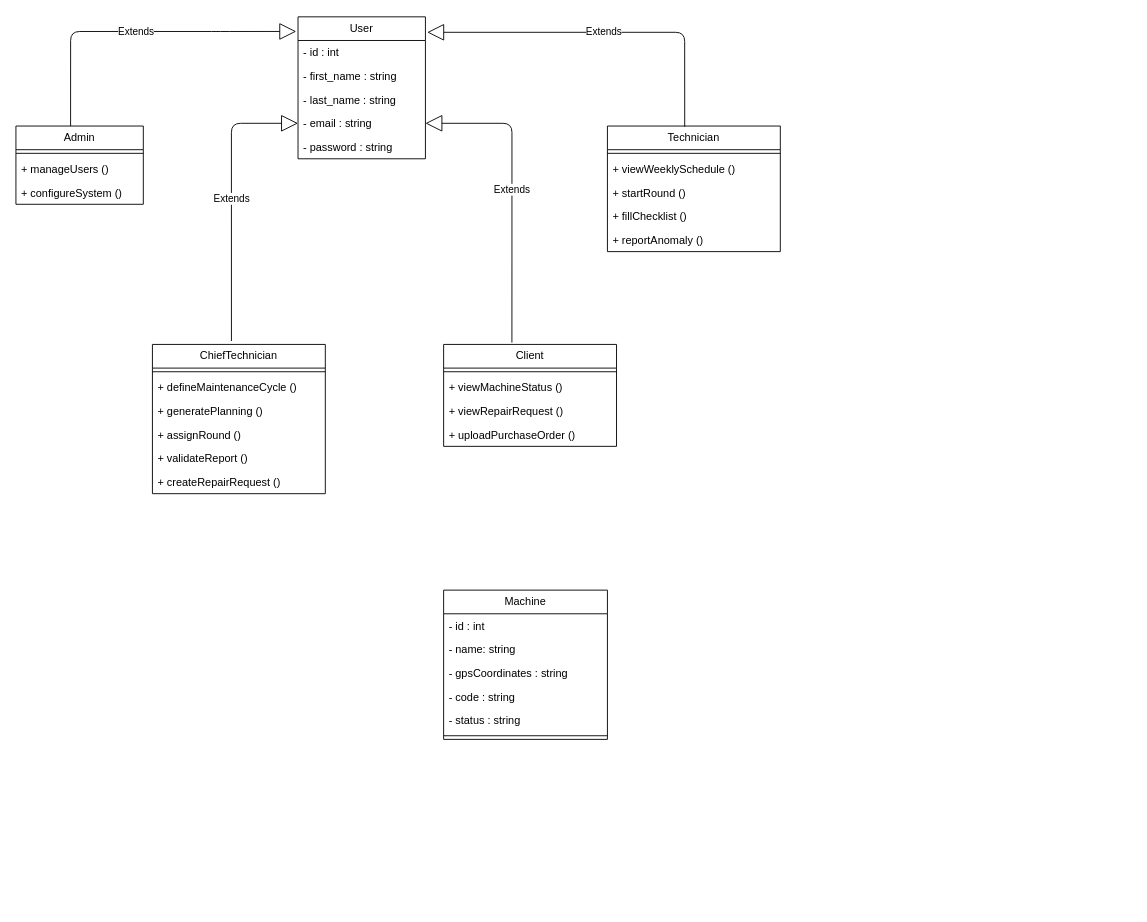
reda-guemry/MAINTORA keeps this draw.io diagram as UML/diagrameduclass.drawio. Above is the earlier version. Source tidied: cells renumbered, new cells numbered last; positions are measured from the earlier drawing's top-left corner, leaving out a move shared by most shapes. Both pictures are drawn from the tidied source at 91%, with x=0, y=0 at pixel (15, 16).
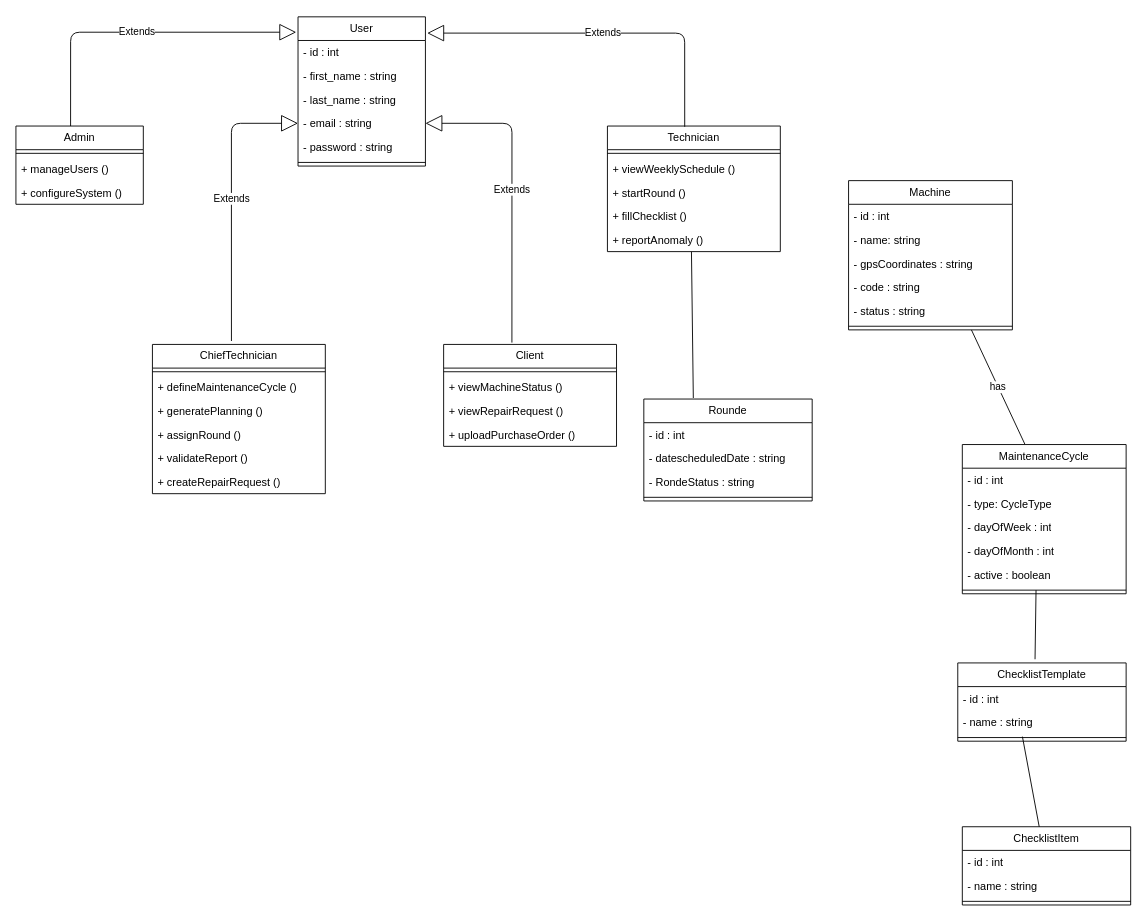
The same page after the edit.

Commit message:
add the classes of machin

The change refers to these unchanged cells:
```xml
<mxCell id="26" value="+&amp;nbsp;reportAnomaly ()" style="text;strokeColor=none;fillColor=none;align=left;verticalAlign=top;spacingLeft=4;spacingRight=4;overflow=hidden;points=[[0,0.5],[1,0.5]];portConstraint=eastwest;whiteSpace=wrap;html=1;" parent="21" vertex="1">
  <mxGeometry y="112" width="190" height="26" as="geometry" />
</mxCell>
```

The edit, as a diff of the source:
```diff
@@
     <mxCell id="2" value="User" style="swimlane;fontStyle=0;horizontal=1;startSize=26;fillColor=none;whiteSpace=wrap;html=1;" parent="1" vertex="1">
-      <mxGeometry x="310" width="140" height="156" as="geometry" />
+      <mxGeometry x="310" width="140" height="164" as="geometry" />
     </mxCell>
@@
+    <mxCell id="41" style="line;strokeWidth=1;fillColor=none;align=left;verticalAlign=middle;spacingTop=-1;spacingLeft=3;spacingRight=3;labelPosition=right;strokeColor=inherit;" parent="2" vertex="1">
+      <mxGeometry y="156" width="140" height="8" as="geometry" />
+    </mxCell>
@@
     <mxCell id="34" value="Machine" style="swimlane;fontStyle=0;horizontal=1;startSize=26;fillColor=none;whiteSpace=wrap;html=1;" parent="1" vertex="1">
-      <mxGeometry x="470" y="630" width="180" height="164" as="geometry" />
+      <mxGeometry x="915" y="180" width="180" height="164" as="geometry" />
     </mxCell>
@@
+    <mxCell id="42" value="Rounde" style="swimlane;fontStyle=0;horizontal=1;startSize=26;fillColor=none;whiteSpace=wrap;html=1;" parent="1" vertex="1">
+      <mxGeometry x="690" y="420" width="185" height="112" as="geometry" />
+    </mxCell>
+    <mxCell id="43" value="- id : int&amp;nbsp;" style="text;strokeColor=none;fillColor=none;align=left;verticalAlign=top;spacingLeft=4;spacingRight=4;overflow=hidden;whiteSpace=wrap;html=1;" parent="42" vertex="1">
+      <mxGeometry y="26" width="185" height="26" as="geometry" />
+    </mxCell>
+    <mxCell id="44" value="- datescheduledDate : string" style="text;strokeColor=none;fillColor=none;align=left;verticalAlign=top;spacingLeft=4;spacingRight=4;overflow=hidden;whiteSpace=wrap;html=1;" parent="42" vertex="1">
+      <mxGeometry y="52" width="185" height="26" as="geometry" />
+    </mxCell>
+    <mxCell id="45" value="- RondeStatus : string" style="text;strokeColor=none;fillColor=none;align=left;verticalAlign=top;spacingLeft=4;spacingRight=4;overflow=hidden;whiteSpace=wrap;html=1;" parent="42" vertex="1">
+      <mxGeometry y="78" width="185" height="26" as="geometry" />
+    </mxCell>
+    <mxCell id="46" style="line;strokeWidth=1;fillColor=none;align=left;verticalAlign=middle;spacingTop=-1;spacingLeft=3;spacingRight=3;labelPosition=right;strokeColor=inherit;" parent="42" vertex="1">
+      <mxGeometry y="104" width="185" height="8" as="geometry" />
+    </mxCell>
+    <mxCell id="47" style="endArrow=none;html=1;entryX=0.294;entryY=-0.01;entryDx=0;entryDy=0;entryPerimeter=0;exitX=0.486;exitY=1.008;exitDx=0;exitDy=0;exitPerimeter=0;" parent="1" edge="1" source="26" target="42">
+      <mxGeometry relative="1" as="geometry" />
+    </mxCell>
+    <mxCell id="48" value="MaintenanceCycle" style="swimlane;fontStyle=0;horizontal=1;startSize=26;fillColor=none;whiteSpace=wrap;html=1;" parent="1" vertex="1">
+      <mxGeometry x="1040" y="470" width="180" height="164" as="geometry" />
+    </mxCell>
+    <mxCell id="49" value="- id : int&amp;nbsp;" style="text;strokeColor=none;fillColor=none;align=left;verticalAlign=top;spacingLeft=4;spacingRight=4;overflow=hidden;whiteSpace=wrap;html=1;" parent="48" vertex="1">
+      <mxGeometry y="26" width="180" height="26" as="geometry" />
+    </mxCell>
+    <mxCell id="50" value="- type: CycleType" style="text;strokeColor=none;fillColor=none;align=left;verticalAlign=top;spacingLeft=4;spacingRight=4;overflow=hidden;whiteSpace=wrap;html=1;" parent="48" vertex="1">
+      <mxGeometry y="52" width="180" height="26" as="geometry" />
+    </mxCell>
+    <mxCell id="51" value="-&amp;nbsp;dayOfWeek : int" style="text;strokeColor=none;fillColor=none;align=left;verticalAlign=top;spacingLeft=4;spacingRight=4;overflow=hidden;whiteSpace=wrap;html=1;" parent="48" vertex="1">
+      <mxGeometry y="78" width="180" height="26" as="geometry" />
+    </mxCell>
+    <mxCell id="52" value="-&amp;nbsp;dayOfMonth : int" style="text;strokeColor=none;fillColor=none;align=left;verticalAlign=top;spacingLeft=4;spacingRight=4;overflow=hidden;whiteSpace=wrap;html=1;" parent="48" vertex="1">
+      <mxGeometry y="104" width="180" height="26" as="geometry" />
+    </mxCell>
+    <mxCell id="53" value="-&amp;nbsp;active : boolean" style="text;strokeColor=none;fillColor=none;align=left;verticalAlign=top;spacingLeft=4;spacingRight=4;overflow=hidden;whiteSpace=wrap;html=1;" parent="48" vertex="1">
+      <mxGeometry y="130" width="180" height="26" as="geometry" />
+    </mxCell>
+    <mxCell id="54" style="line;strokeWidth=1;fillColor=none;align=left;verticalAlign=middle;spacingTop=-1;spacingLeft=3;spacingRight=3;labelPosition=right;points=[];portConstraint=eastwest;strokeColor=inherit;" parent="48" vertex="1">
+      <mxGeometry y="156" width="180" height="8" as="geometry" />
+    </mxCell>
+    <mxCell id="55" value="has" style="endArrow=none;endSize=16;endFill=0;html=1;entryX=0.382;entryY=-0.002;entryDx=0;entryDy=0;entryPerimeter=0;exitX=0.75;exitY=1;exitDx=0;exitDy=0;" parent="1" edge="1" source="34" target="48">
+      <mxGeometry relative="1" as="geometry" />
+    </mxCell>
+    <mxCell id="56" value="&lt;div&gt;ChecklistTemplate&lt;/div&gt;" style="swimlane;fontStyle=0;horizontal=1;startSize=26;fillColor=none;whiteSpace=wrap;html=1;" parent="1" vertex="1">
+      <mxGeometry x="1035" y="710" width="185" height="86" as="geometry" />
+    </mxCell>
+    <mxCell id="57" value="- id : int&amp;nbsp;" style="text;strokeColor=none;fillColor=none;align=left;verticalAlign=top;spacingLeft=4;spacingRight=4;overflow=hidden;whiteSpace=wrap;html=1;" parent="56" vertex="1">
+      <mxGeometry y="26" width="185" height="26" as="geometry" />
+    </mxCell>
+    <mxCell id="58" value="- name : string" style="text;strokeColor=none;fillColor=none;align=left;verticalAlign=top;spacingLeft=4;spacingRight=4;overflow=hidden;points=[[0,0.5],[1,0.5]];portConstraint=eastwest;whiteSpace=wrap;html=1;" parent="56" vertex="1">
+      <mxGeometry y="52" width="185" height="26" as="geometry" />
+    </mxCell>
+    <mxCell id="59" style="line;strokeWidth=1;fillColor=none;align=left;verticalAlign=middle;spacingTop=-1;spacingLeft=3;spacingRight=3;labelPosition=right;strokeColor=inherit;" parent="56" vertex="1">
+      <mxGeometry y="78" width="185" height="8" as="geometry" />
+    </mxCell>
+    <mxCell id="60" style="endArrow=none;html=1;entryX=0.459;entryY=-0.047;entryDx=0;entryDy=0;entryPerimeter=0;exitX=0.45;exitY=0.5;exitDx=0;exitDy=0;exitPerimeter=0;" parent="1" edge="1" source="54" target="56">
+      <mxGeometry relative="1" as="geometry" />
+    </mxCell>
+    <mxCell id="61" value="&lt;div&gt;ChecklistItem&lt;/div&gt;" style="swimlane;fontStyle=0;horizontal=1;startSize=26;fillColor=none;whiteSpace=wrap;html=1;" parent="1" vertex="1">
+      <mxGeometry x="1040" y="890" width="185" height="86" as="geometry" />
+    </mxCell>
+    <mxCell id="62" value="- id : int&amp;nbsp;" style="text;strokeColor=none;fillColor=none;align=left;verticalAlign=top;spacingLeft=4;spacingRight=4;overflow=hidden;whiteSpace=wrap;html=1;" parent="61" vertex="1">
+      <mxGeometry y="26" width="185" height="26" as="geometry" />
+    </mxCell>
+    <mxCell id="63" value="- name : string" style="text;strokeColor=none;fillColor=none;align=left;verticalAlign=top;spacingLeft=4;spacingRight=4;overflow=hidden;whiteSpace=wrap;html=1;" parent="61" vertex="1">
+      <mxGeometry y="52" width="185" height="26" as="geometry" />
+    </mxCell>
+    <mxCell id="64" style="line;strokeWidth=1;fillColor=none;align=left;verticalAlign=middle;spacingTop=-1;spacingLeft=3;spacingRight=3;labelPosition=right;strokeColor=inherit;" parent="61" vertex="1">
+      <mxGeometry y="78" width="185" height="8" as="geometry" />
+    </mxCell>
+    <mxCell id="65" style="endArrow=none;html=1;exitX=0.384;exitY=1.115;exitDx=0;exitDy=0;exitPerimeter=0;" parent="1" edge="1" source="58" target="61">
+      <mxGeometry relative="1" as="geometry" />
+    </mxCell>
```
